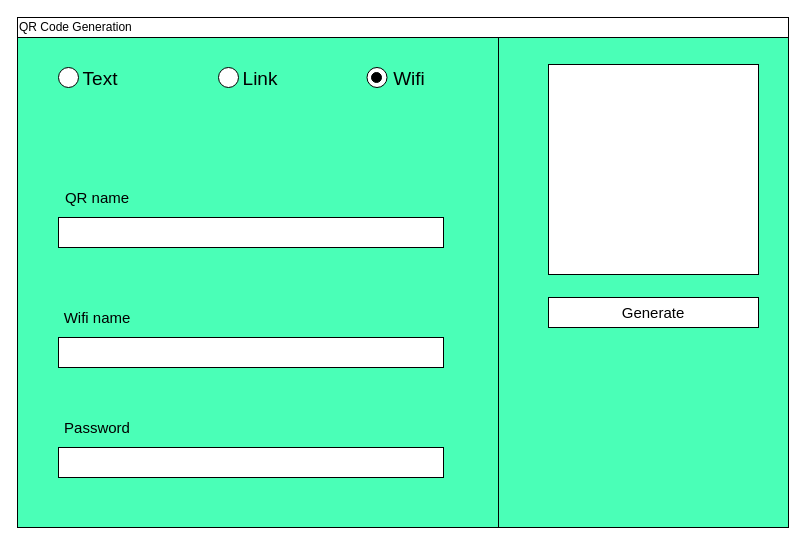
Before: page "wifi" (3 of 4) of design/design.drawio in khoinguyen21413/QR_code_generator, a draw.io diagram. Source tidied: cells renumbered, new cells numbered last; positions are measured from the earlier drawing's top-left corner, leaving out a move shared by most shapes. Both pictures are drawn from the tidied source at 100%, with x=0, y=0 at pixel (17, 17).
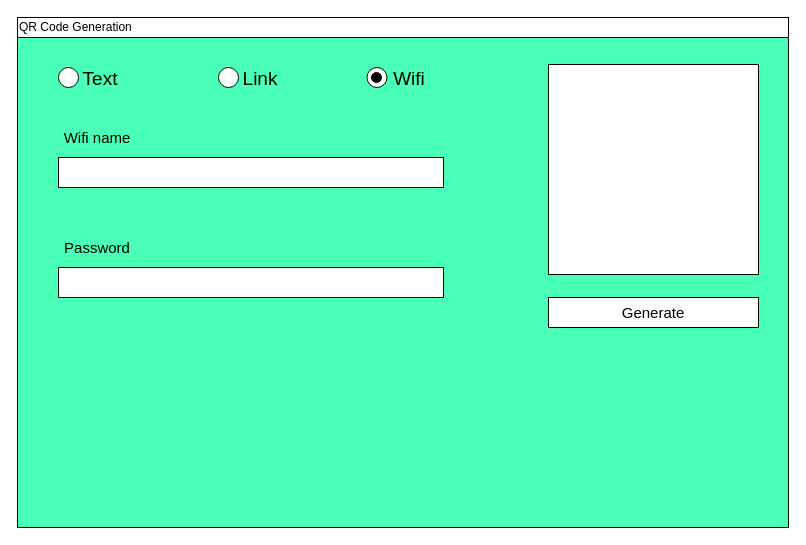
Above is the later version.

Change to the diagram source:
```diff
@@
 <mxGraphModel>
   <root>
     <mxCell id="0" />
     <mxCell id="1" parent="0" />
     <mxCell id="2" style="rounded=0;whiteSpace=wrap;html=1;fillColor=#4AFFB7;" parent="1" vertex="1">
       <mxGeometry y="20" width="771" height="490" as="geometry" />
     </mxCell>
     <mxCell id="3" value="QR Code Generation" style="rounded=0;whiteSpace=wrap;html=1;align=left;" parent="1" vertex="1">
       <mxGeometry width="771" height="20" as="geometry" />
     </mxCell>
     <mxCell id="4" style="whiteSpace=wrap;html=1;" parent="1" vertex="1">
       <mxGeometry x="531" y="47" width="210" height="210" as="geometry" />
     </mxCell>
     <mxCell id="5" style="ellipse;whiteSpace=wrap;html=1;" parent="1" vertex="1">
       <mxGeometry x="41" y="50" width="20" height="20" as="geometry" />
     </mxCell>
     <mxCell id="6" value="Text" style="text;html=1;align=center;verticalAlign=middle;whiteSpace=wrap;rounded=0;fontSize=19;" parent="1" vertex="1">
       <mxGeometry x="53" y="47" width="60" height="30" as="geometry" />
     </mxCell>
     <mxCell id="7" style="ellipse;whiteSpace=wrap;html=1;" parent="1" vertex="1">
       <mxGeometry x="201" y="50" width="20" height="20" as="geometry" />
     </mxCell>
     <mxCell id="8" value="Link" style="text;html=1;align=center;verticalAlign=middle;whiteSpace=wrap;rounded=0;fontSize=19;" parent="1" vertex="1">
       <mxGeometry x="213" y="47" width="60" height="30" as="geometry" />
     </mxCell>
     <mxCell id="9" style="ellipse;whiteSpace=wrap;html=1;" parent="1" vertex="1">
       <mxGeometry x="349.5" y="50" width="20" height="20" as="geometry" />
     </mxCell>
     <mxCell id="10" value="Wifi" style="text;html=1;align=center;verticalAlign=middle;whiteSpace=wrap;rounded=0;fontSize=19;" parent="1" vertex="1">
       <mxGeometry x="361.5" y="47" width="60" height="30" as="geometry" />
     </mxCell>
     <mxCell id="11" style="ellipse;whiteSpace=wrap;html=1;fillColor=#000000;" parent="1" vertex="1">
       <mxGeometry x="354" y="55" width="10" height="10" as="geometry" />
     </mxCell>
-    <mxCell id="12" style="rounded=0;whiteSpace=wrap;html=1;" parent="1" vertex="1">
-      <mxGeometry x="41" y="200" width="385" height="30" as="geometry" />
-    </mxCell>
-    <mxCell id="13" value="QR name" style="text;html=1;align=center;verticalAlign=middle;whiteSpace=wrap;rounded=0;fontSize=15;" parent="1" vertex="1">
-      <mxGeometry x="41" y="170" width="78" height="20" as="geometry" />
-    </mxCell>
     <mxCell id="14" style="rounded=0;whiteSpace=wrap;html=1;" parent="1" vertex="1">
-      <mxGeometry x="41" y="320" width="385" height="30" as="geometry" />
+      <mxGeometry x="41" y="140" width="385" height="30" as="geometry" />
     </mxCell>
     <mxCell id="15" value="Wifi name" style="text;html=1;align=center;verticalAlign=middle;whiteSpace=wrap;rounded=0;fontSize=15;" parent="1" vertex="1">
-      <mxGeometry x="41" y="290" width="78" height="20" as="geometry" />
+      <mxGeometry x="41" y="110" width="78" height="20" as="geometry" />
     </mxCell>
     <mxCell id="16" value="&lt;font style=&quot;font-size: 15px;&quot;&gt;Generate&lt;/font&gt;" style="rounded=0;whiteSpace=wrap;html=1;" parent="1" vertex="1">
       <mxGeometry x="531" y="280" width="210" height="30" as="geometry" />
     </mxCell>
     <mxCell id="17" style="rounded=0;whiteSpace=wrap;html=1;" parent="1" vertex="1">
-      <mxGeometry x="41" y="430" width="385" height="30" as="geometry" />
+      <mxGeometry x="41" y="250" width="385" height="30" as="geometry" />
     </mxCell>
     <mxCell id="18" value="Password" style="text;html=1;align=center;verticalAlign=middle;whiteSpace=wrap;rounded=0;fontSize=15;" parent="1" vertex="1">
-      <mxGeometry x="41" y="400" width="78" height="20" as="geometry" />
+      <mxGeometry x="41" y="220" width="78" height="20" as="geometry" />
     </mxCell>
-    <mxCell id="19" style="rounded=0;whiteSpace=wrap;html=1;fillColor=none;" parent="1" vertex="1">
-      <mxGeometry y="20" width="481" height="490" as="geometry" />
-    </mxCell>
   </root>
 </mxGraphModel>
```
